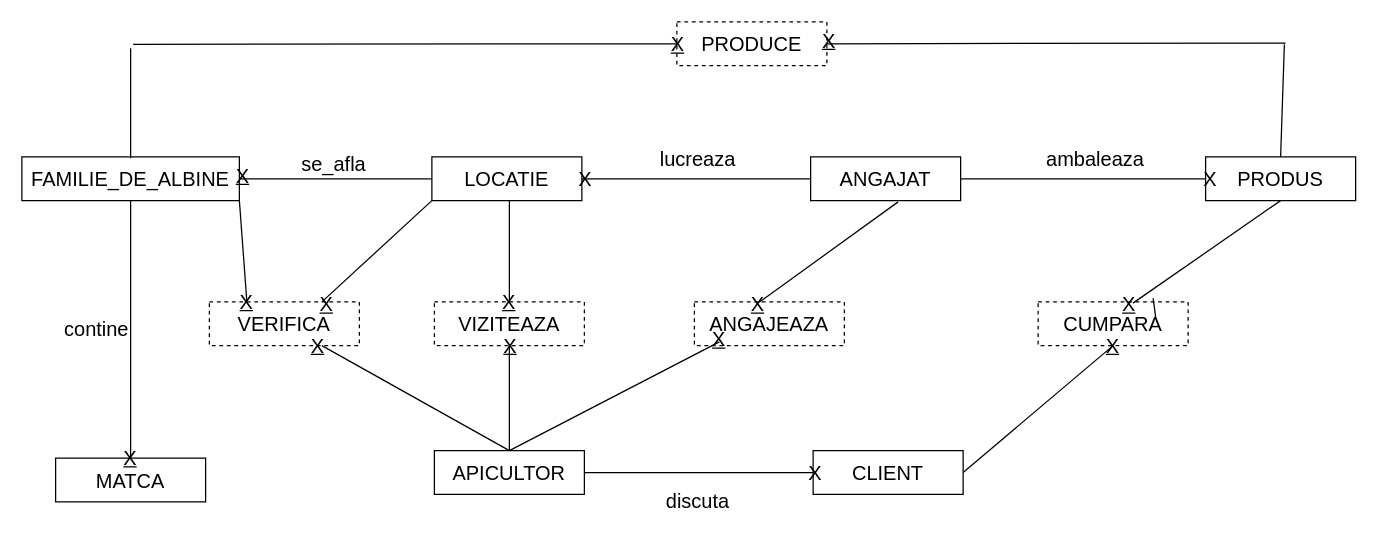
Before: page "Pagina-2" (2 of 2) of Diagramă fără titlu.drawio in Matoka26/DataBase-Stupina, a draw.io diagram. Source tidied: cells renumbered, new cells numbered last; positions are measured from the earlier drawing's top-left corner, leaving out a move shared by most shapes. Both pictures are drawn from the tidied source at 125%, with x=0, y=0 at pixel (21, 21).
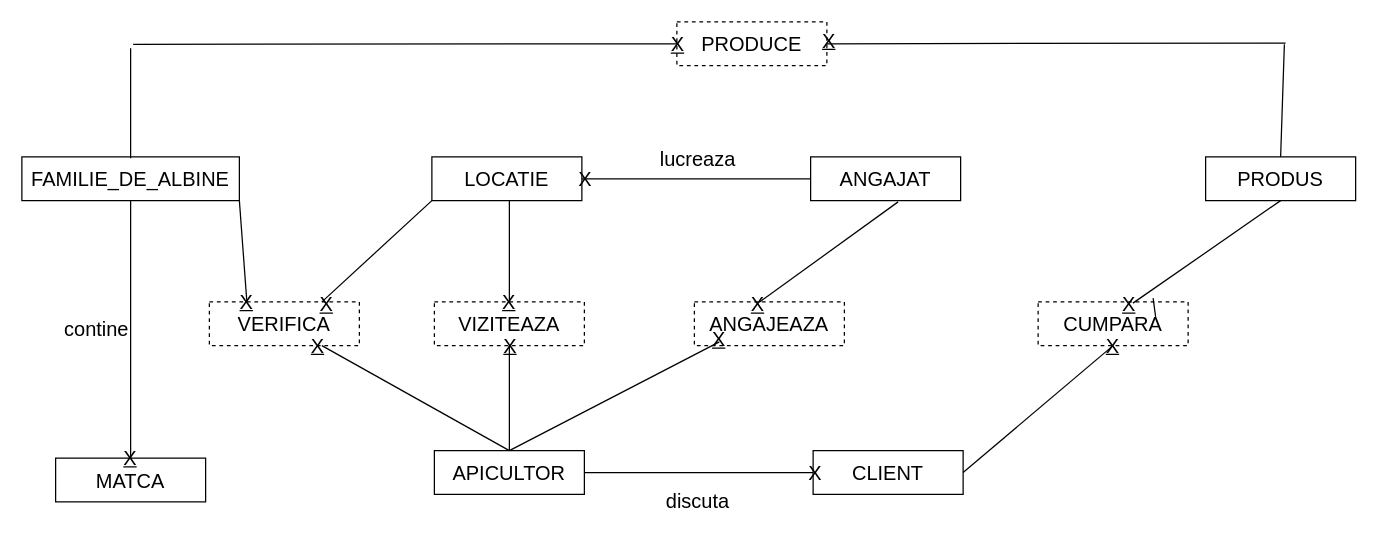
The same diagram, later.

Unchanged cells that the change refers to:
```xml
<mxCell id="2" value="PRODUS" style="rounded=0;whiteSpace=wrap;html=1;fontSize=16;" parent="1" vertex="1">
  <mxGeometry x="947" y="108" width="120" height="35" as="geometry" />
</mxCell>
<mxCell id="5" value="FAMILIE_DE_ALBINE" style="rounded=0;whiteSpace=wrap;html=1;fontSize=16;" parent="1" vertex="1">
  <mxGeometry y="108" width="174" height="35" as="geometry" />
</mxCell>
<mxCell id="6" value="ANGAJAT" style="rounded=0;whiteSpace=wrap;html=1;fontSize=16;" parent="1" vertex="1">
  <mxGeometry x="631" y="108" width="120" height="35" as="geometry" />
</mxCell>
<mxCell id="7" value="LOCATIE" style="rounded=0;whiteSpace=wrap;html=1;fontSize=16;" parent="1" vertex="1">
  <mxGeometry x="328" y="108" width="120" height="35" as="geometry" />
</mxCell>
```

The edit, as a diff of the source:
```diff
@@
-    <mxCell id="26" style="endArrow=none;html=1;rounded=0;fontSize=12;startSize=8;endSize=8;curved=1;exitX=1;exitY=0.5;exitDx=0;exitDy=0;entryX=0;entryY=0.5;entryDx=0;entryDy=0;" parent="1" edge="1" source="6" target="2">
-      <mxGeometry relative="1" as="geometry" />
-    </mxCell>
@@
-    <mxCell id="33" value="ambaleaza" style="text;html=1;strokeColor=none;fillColor=none;align=center;verticalAlign=middle;whiteSpace=wrap;rounded=0;fontSize=16;" parent="1" vertex="1">
-      <mxGeometry x="829" y="95" width="60" height="30" as="geometry" />
-    </mxCell>
@@
-    <mxCell id="35" value="X" style="text;html=1;strokeColor=none;fillColor=none;align=center;verticalAlign=middle;whiteSpace=wrap;rounded=0;fontSize=16;" parent="1" vertex="1">
-      <mxGeometry x="921" y="110.5" width="60" height="30" as="geometry" />
-    </mxCell>
@@
-    <mxCell id="51" style="endArrow=none;html=1;rounded=0;fontSize=12;startSize=8;endSize=8;curved=1;exitX=1;exitY=0.5;exitDx=0;exitDy=0;entryX=0;entryY=0.5;entryDx=0;entryDy=0;" parent="1" edge="1" source="5" target="7">
-      <mxGeometry relative="1" as="geometry" />
-    </mxCell>
-    <mxCell id="52" style="shape=table;startSize=0;childLayout=tableLayout;rowLines=0;fontStyle=0;align=center;strokeColor=none;fillColor=none;whiteSpace=wrap;html=1;fontSize=16;" parent="1" vertex="1">
-      <mxGeometry x="186" y="98" width="180" height="30" as="geometry" />
-    </mxCell>
-    <mxCell id="53" style="shape=tableRow;horizontal=0;startSize=0;swimlaneHead=0;swimlaneBody=0;fillColor=none;top=0;left=0;right=0;bottom=0;fontSize=16;" parent="52" vertex="1">
-      <mxGeometry width="180" height="30" as="geometry" />
-    </mxCell>
-    <mxCell id="54" style="shape=partialRectangle;fillColor=none;top=0;left=0;bottom=0;right=0;overflow=hidden;fontSize=16;" parent="53" vertex="1">
-      <mxGeometry width="30" height="30" as="geometry" />
-    </mxCell>
-    <mxCell id="55" value="se_afla" style="shape=partialRectangle;fillColor=none;top=0;left=0;bottom=0;right=0;align=left;spacingLeft=6;overflow=hidden;fontSize=16;" parent="53" vertex="1">
-      <mxGeometry x="30" width="150" height="30" as="geometry" />
-    </mxCell>
-    <mxCell id="56" value="&lt;u&gt;X&lt;/u&gt;" style="text;html=1;strokeColor=none;fillColor=none;align=center;verticalAlign=middle;whiteSpace=wrap;rounded=0;fontSize=16;" parent="1" vertex="1">
-      <mxGeometry x="147" y="108" width="60" height="30" as="geometry" />
-    </mxCell>
```
